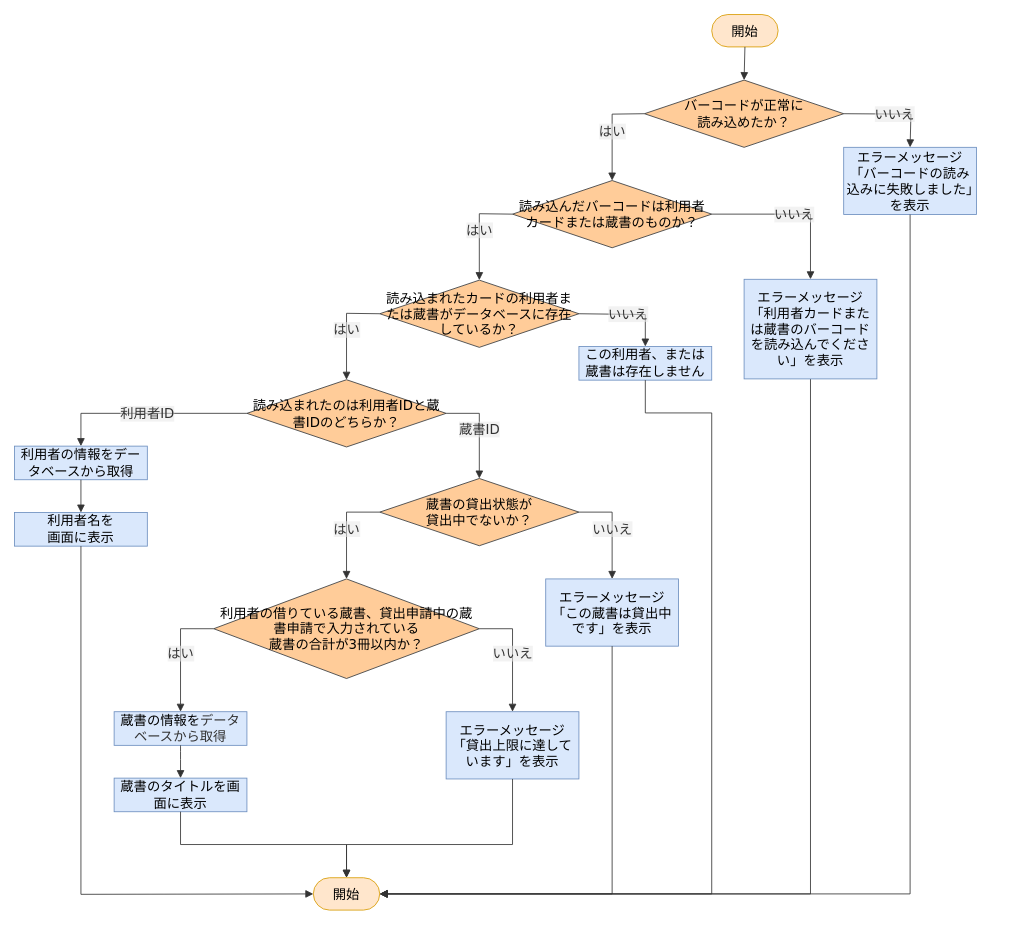
Before: 詳細設計書/7班/flowchart/貸出申請バーコード読み込み.drawio in rs002421-creator/-, a draw.io diagram. Source tidied: cells renumbered, new cells numbered last; positions are measured from the earlier drawing's top-left corner, leaving out a move shared by most shapes. Both pictures are drawn from the tidied source at 83%, with x=0, y=0 at pixel (14, 14).
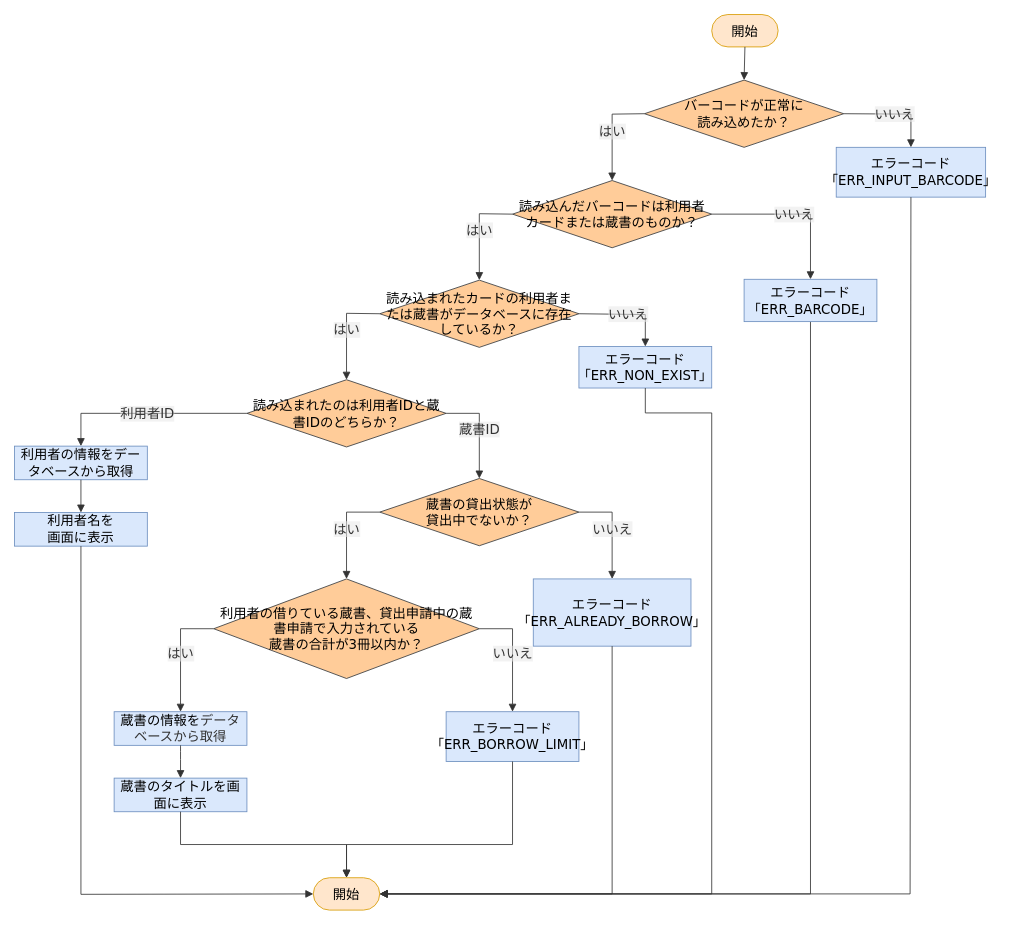
Above is the later version.

What changed in the source:
```diff
@@
-    <mxCell id="5" value="エラーメッセージ「バーコードの読み込みに失敗しました」を表示" style="html=1;whiteSpace=wrap;strokeWidth=1;fillColor=#dae8fc;strokeColor=#6c8ebf;fontFamily=Trebuchet MS,Verdana,Arial,sans-serif;fontSize=16;" parent="1" vertex="1">
-      <mxGeometry x="999" y="160" width="160" height="81" as="geometry" />
+    <mxCell id="5" value="エラーコード「ERR_INPUT_BARCODE」" style="html=1;whiteSpace=wrap;strokeWidth=1;fillColor=#dae8fc;strokeColor=#6c8ebf;fontFamily=Trebuchet MS,Verdana,Arial,sans-serif;fontSize=16;" parent="1" vertex="1">
+      <mxGeometry x="990" y="160" width="180" height="60" as="geometry" />
     </mxCell>
@@
-    <mxCell id="8" value="この利用者、または蔵書は存在しません" style="html=1;whiteSpace=wrap;strokeWidth=1;fillColor=#dae8fc;strokeColor=#6c8ebf;fontFamily=Trebuchet MS,Verdana,Arial,sans-serif;fontSize=16;" parent="1" vertex="1">
-      <mxGeometry x="680" y="400" width="160" height="40.5" as="geometry" />
+    <mxCell id="8" value="エラーコード「ERR_NON_EXIST」" style="html=1;whiteSpace=wrap;strokeWidth=1;fillColor=#dae8fc;strokeColor=#6c8ebf;fontFamily=Trebuchet MS,Verdana,Arial,sans-serif;fontSize=16;" parent="1" vertex="1">
+      <mxGeometry x="680" y="400" width="160" height="50" as="geometry" />
     </mxCell>
@@
-    <mxCell id="13" value="エラーメッセージ「この蔵書は貸出中です」を表示" style="html=1;whiteSpace=wrap;strokeWidth=1;fillColor=#dae8fc;strokeColor=#6c8ebf;fontFamily=Trebuchet MS,Verdana,Arial,sans-serif;fontSize=16;" parent="1" vertex="1">
-      <mxGeometry x="640" y="680" width="160" height="81" as="geometry" />
+    <mxCell id="13" value="エラーコード「ERR_ALREADY_BORROW」" style="html=1;whiteSpace=wrap;strokeWidth=1;fillColor=#dae8fc;strokeColor=#6c8ebf;fontFamily=Trebuchet MS,Verdana,Arial,sans-serif;fontSize=16;" parent="1" vertex="1">
+      <mxGeometry x="625" y="680" width="190" height="81" as="geometry" />
     </mxCell>
@@
-    <mxCell id="15" value="エラーメッセージ「貸出上限に達しています」を表示" style="html=1;whiteSpace=wrap;strokeWidth=1;fillColor=#dae8fc;strokeColor=#6c8ebf;fontFamily=Trebuchet MS,Verdana,Arial,sans-serif;fontSize=16;" parent="1" vertex="1">
-      <mxGeometry x="520" y="840" width="160" height="81" as="geometry" />
+    <mxCell id="15" value="エラーコード「ERR_BORROW_LIMIT」" style="html=1;whiteSpace=wrap;strokeWidth=1;fillColor=#dae8fc;strokeColor=#6c8ebf;fontFamily=Trebuchet MS,Verdana,Arial,sans-serif;fontSize=16;" parent="1" vertex="1">
+      <mxGeometry x="520" y="840" width="160" height="60" as="geometry" />
     </mxCell>
@@
-    <mxCell id="40" value="エラーメッセージ「利用者カードまたは蔵書のバーコードを読み込んでください」を表示" style="html=1;whiteSpace=wrap;strokeWidth=1;fillColor=#dae8fc;strokeColor=#6c8ebf;fontFamily=Trebuchet MS,Verdana,Arial,sans-serif;fontSize=16;" parent="1" vertex="1">
-      <mxGeometry x="879" y="319" width="160" height="120" as="geometry" />
+    <mxCell id="40" value="エラーコード「ERR_BARCODE」" style="html=1;whiteSpace=wrap;strokeWidth=1;fillColor=#dae8fc;strokeColor=#6c8ebf;fontFamily=Trebuchet MS,Verdana,Arial,sans-serif;fontSize=16;" parent="1" vertex="1">
+      <mxGeometry x="879" y="319" width="160" height="51" as="geometry" />
     </mxCell>
```
